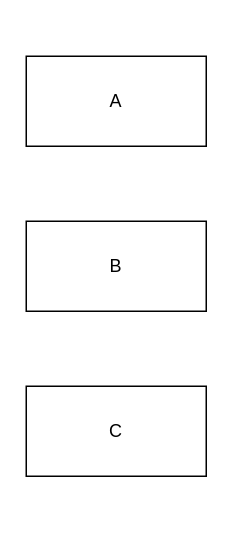
This is Untitled Diagram.drawio from kiritsev/diagrams, a draw.io file, before an edit. Source tidied: cells renumbered, new cells numbered last; positions are measured from the earlier drawing's top-left corner, leaving out a move shared by most shapes. Both pictures are drawn from the tidied source at 150%, with x=0, y=0 at pixel (26, 56).
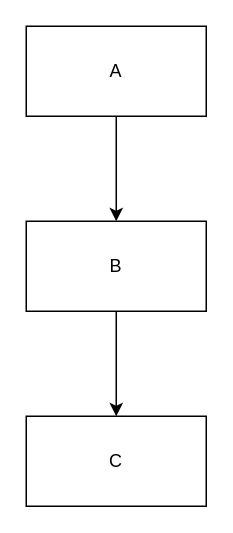
The same page after the edit.

The edit, as a diff of the source:
```diff
@@
 <mxGraphModel>
   <root>
     <mxCell id="0" />
     <mxCell id="1" parent="0" />
     <mxCell id="2" value="A" style="rounded=0;whiteSpace=wrap;html=1;" parent="1" vertex="1">
-      <mxGeometry width="120" height="60" as="geometry" />
+      <mxGeometry y="-20" width="120" height="60" as="geometry" />
     </mxCell>
     <mxCell id="3" value="C" style="rounded=0;whiteSpace=wrap;html=1;" parent="1" vertex="1">
-      <mxGeometry y="220" width="120" height="60" as="geometry" />
+      <mxGeometry y="240" width="120" height="60" as="geometry" />
     </mxCell>
     <mxCell id="4" value="B" style="rounded=0;whiteSpace=wrap;html=1;" parent="1" vertex="1">
       <mxGeometry y="110" width="120" height="60" as="geometry" />
     </mxCell>
+    <mxCell id="5" style="endArrow=classic;html=1;rounded=0;exitX=0.5;exitY=1;exitDx=0;exitDy=0;entryX=0.5;entryY=0;entryDx=0;entryDy=0;" parent="1" edge="1" source="2" target="4">
+      <mxGeometry relative="1" as="geometry" />
+    </mxCell>
+    <mxCell id="6" style="endArrow=classic;html=1;rounded=0;exitX=0.5;exitY=1;exitDx=0;exitDy=0;entryX=0.5;entryY=0;entryDx=0;entryDy=0;" parent="1" edge="1" source="4" target="3">
+      <mxGeometry relative="1" as="geometry" />
+    </mxCell>
   </root>
 </mxGraphModel>
```
